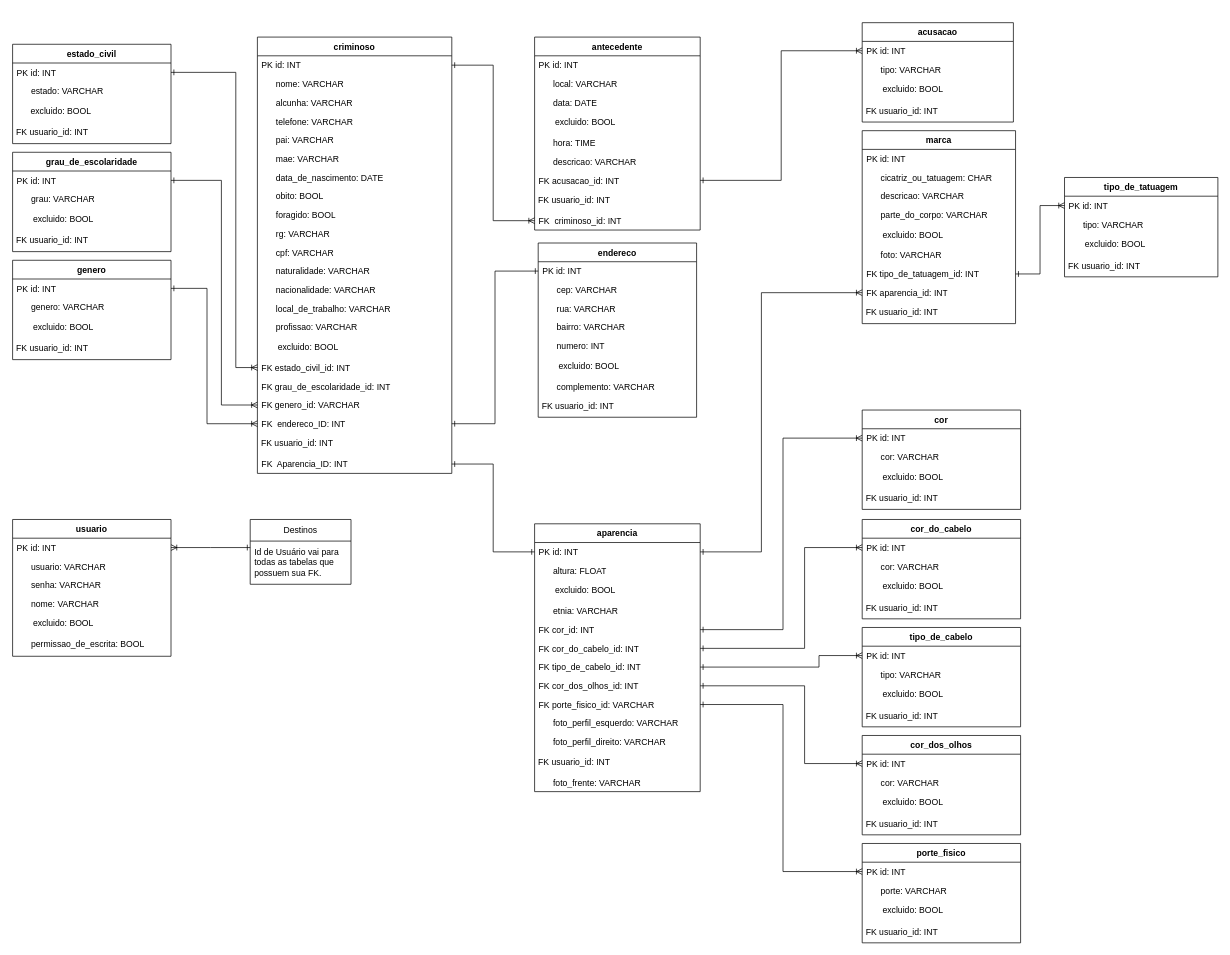
Earlier version of the draw.io diagram Fotos/UML/BancoDeDadosUML.drawio (PlazaJulio/pcproject). Source tidied: cells renumbered, new cells numbered last; positions are measured from the earlier drawing's top-left corner, leaving out a move shared by most shapes. Both pictures are drawn from the tidied source at 72%, with x=0, y=0 at pixel (12, 22).
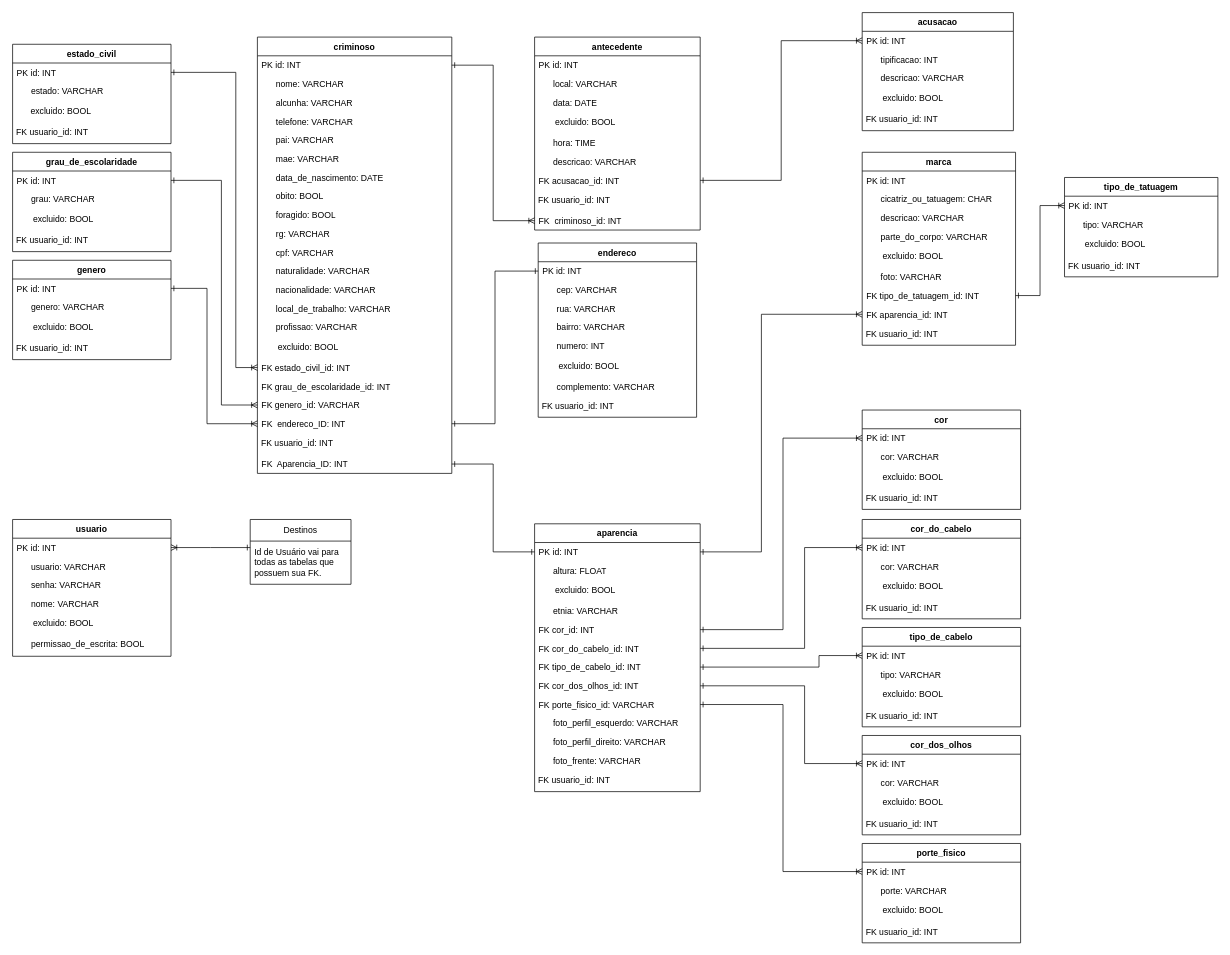
The same diagram, later.

Commit message (it also covers changes not shown here):
adicionado o campo tipificacao e modificado o campo de tipo para descricao (Tabela Acusacao)

The change refers to these unchanged cells:
```xml
<mxCell id="35" value="aparencia" style="swimlane;fontStyle=1;align=center;verticalAlign=top;horizontal=1;startSize=26;whiteSpace=wrap;html=1;" parent="1" vertex="1">
  <mxGeometry x="725" y="696" width="230" height="372" as="geometry" />
</mxCell>
<mxCell id="36" value="PK id: INT" style="text;strokeColor=none;fillColor=none;align=left;verticalAlign=top;spacingLeft=4;spacingRight=4;overflow=hidden;points=[[0,0.5],[1,0.5]];portConstraint=eastwest;whiteSpace=wrap;html=1;" parent="35" vertex="1">
  <mxGeometry y="26" width="230" height="26" as="geometry" />
</mxCell>
<mxCell id="57" value="FK aparencia_id: INT" style="text;strokeColor=none;fillColor=none;align=left;verticalAlign=top;spacingLeft=4;spacingRight=4;overflow=hidden;points=[[0,0.5],[1,0.5]];portConstraint=eastwest;whiteSpace=wrap;html=1;" parent="49" vertex="1">
  <mxGeometry y="212" width="213" height="26" as="geometry" />
</mxCell>
```

What changed in the source:
```diff
@@
+    <mxCell id="48" value="&amp;nbsp; &amp;nbsp; &amp;nbsp; foto_frente: VARCHAR" style="text;strokeColor=none;fillColor=none;align=left;verticalAlign=top;spacingLeft=4;spacingRight=4;overflow=hidden;whiteSpace=wrap;html=1;" parent="35" vertex="1">
+      <mxGeometry y="316" width="230" height="26" as="geometry" />
+    </mxCell>
     <mxCell id="47" value="&amp;nbsp;FK usuario_id: INT" style="text;html=1;align=left;verticalAlign=middle;strokeColor=none;fillColor=none;" parent="35" vertex="1">
-      <mxGeometry y="316" width="230" height="30" as="geometry" />
+      <mxGeometry y="342" width="230" height="30" as="geometry" />
     </mxCell>
-    <mxCell id="48" value="&amp;nbsp; &amp;nbsp; &amp;nbsp; foto_frente: VARCHAR" style="text;strokeColor=none;fillColor=none;align=left;verticalAlign=top;spacingLeft=4;spacingRight=4;overflow=hidden;whiteSpace=wrap;html=1;" parent="35" vertex="1">
-      <mxGeometry y="346" width="230" height="26" as="geometry" />
-    </mxCell>
     <mxCell id="49" value="marca" style="swimlane;fontStyle=1;align=center;verticalAlign=top;horizontal=1;startSize=26;whiteSpace=wrap;html=1;" parent="1" vertex="1">
-      <mxGeometry x="1180" y="150" width="213" height="268" as="geometry" />
+      <mxGeometry x="1180" y="180" width="213" height="268" as="geometry" />
     </mxCell>
@@
     <mxCell id="105" value="acusacao" style="swimlane;fontStyle=1;align=center;verticalAlign=top;horizontal=1;startSize=26;whiteSpace=wrap;html=1;" parent="1" vertex="1">
-      <mxGeometry x="1180" width="210" height="138" as="geometry" />
+      <mxGeometry x="1180" y="-14" width="210" height="164" as="geometry" />
     </mxCell>
@@
+    <mxCell id="142" value="&amp;nbsp; &amp;nbsp; &amp;nbsp; tipificacao: INT&amp;nbsp;" style="text;strokeColor=none;fillColor=none;align=left;verticalAlign=top;spacingLeft=4;spacingRight=4;overflow=hidden;whiteSpace=wrap;html=1;" parent="105" vertex="1">
+      <mxGeometry y="52" width="210" height="26" as="geometry" />
+    </mxCell>
-    <mxCell id="107" value="&amp;nbsp; &amp;nbsp; &amp;nbsp; tipo: VARCHAR" style="text;strokeColor=none;fillColor=none;align=left;verticalAlign=top;spacingLeft=4;spacingRight=4;overflow=hidden;whiteSpace=wrap;html=1;" parent="105" vertex="1">
-      <mxGeometry y="52" width="210" height="26" as="geometry" />
+    <mxCell id="107" value="&amp;nbsp; &amp;nbsp; &amp;nbsp; descricao: VARCHAR" style="text;strokeColor=none;fillColor=none;align=left;verticalAlign=top;spacingLeft=4;spacingRight=4;overflow=hidden;whiteSpace=wrap;html=1;" parent="105" vertex="1">
+      <mxGeometry y="78" width="210" height="26" as="geometry" />
     </mxCell>
     <mxCell id="108" value="&amp;nbsp; &amp;nbsp; &amp;nbsp; &amp;nbsp; excluido: BOOL" style="text;html=1;align=left;verticalAlign=middle;strokeColor=none;fillColor=none;" parent="105" vertex="1">
-      <mxGeometry y="78" width="210" height="30" as="geometry" />
+      <mxGeometry y="104" width="210" height="30" as="geometry" />
     </mxCell>
     <mxCell id="109" value="&amp;nbsp;FK usuario_id: INT" style="text;html=1;align=left;verticalAlign=middle;strokeColor=none;fillColor=none;" parent="105" vertex="1">
-      <mxGeometry y="108" width="210" height="30" as="geometry" />
+      <mxGeometry y="134" width="210" height="30" as="geometry" />
     </mxCell>
@@
     <mxCell id="136" style="edgeStyle=orthogonalEdgeStyle;rounded=0;jettySize=auto;html=1;entryX=0;entryY=0.5;entryDx=0;entryDy=0;startArrow=ERone;startFill=0;endArrow=ERoneToMany;endFill=0;" parent="1" edge="1" source="36" target="57">
       <mxGeometry relative="1" as="geometry">
         <Array as="points">
           <mxPoint x="1040" y="735" />
-          <mxPoint x="1040" y="375" />
+          <mxPoint x="1040" y="405" />
         </Array>
       </mxGeometry>
     </mxCell>
```
